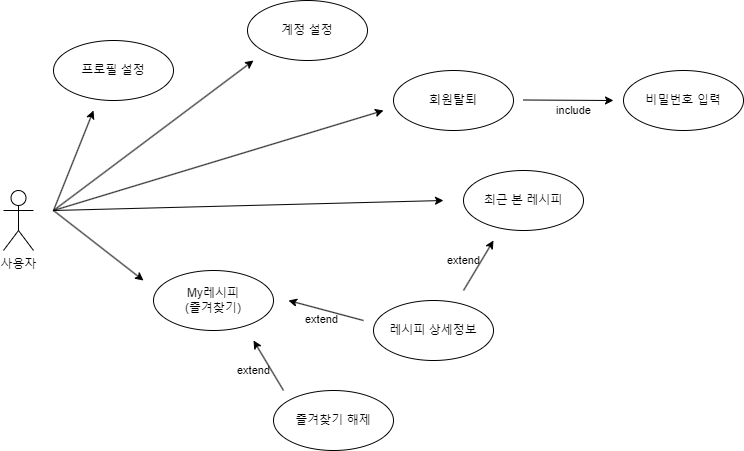
Yoon-jae-min/UsecaseDiagram keeps this draw.io diagram as 마이페이지-수정.png. Above is the earlier version. Source tidied: cells renumbered, new cells last; positions are measured from the earlier drawing's top-left corner, leaving out a move shared by most shapes.
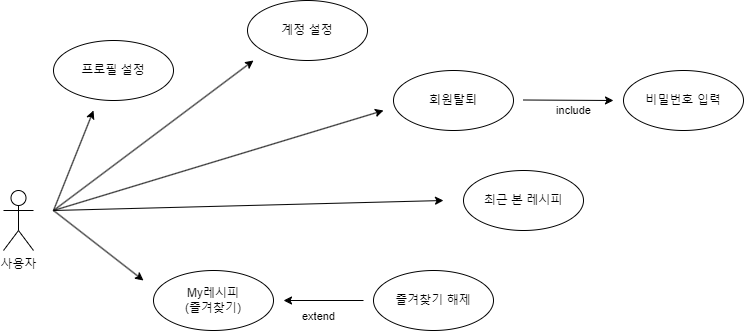
After the commit.

Commit message:
마이페이지-수정.png 업데이트

Diff of the diagram source:
```diff
@@ -41,25 +41,16 @@
         <mxPoint x="610" y="100" as="targetPoint" />
       </mxGeometry>
     </mxCell>
-    <mxCell id="11" value="레시피 상세정보" style="ellipse;whiteSpace=wrap;html=1;fillColor=none;" parent="1" vertex="1">
-      <mxGeometry x="370" y="300" width="120" height="60" as="geometry" />
-    </mxCell>
     <mxCell id="12" value="즐겨찾기 해제" style="ellipse;whiteSpace=wrap;html=1;fillColor=none;" parent="1" vertex="1">
-      <mxGeometry x="270" y="390" width="120" height="60" as="geometry" />
+      <mxGeometry x="370" y="270" width="120" height="60" as="geometry" />
     </mxCell>
     <mxCell id="13" value="extend" style="endArrow=classic;html=1;rounded=0;labelBackgroundColor=none;" parent="1" edge="1">
       <mxGeometry x="0.12" y="15" relative="1" as="geometry">
-        <mxPoint x="280" y="390" as="sourcePoint" />
-        <mxPoint x="250" y="340" as="targetPoint" />
+        <mxPoint x="360" y="300" as="sourcePoint" />
+        <mxPoint x="280" y="300" as="targetPoint" />
         <mxPoint y="1" as="offset" />
       </mxGeometry>
     </mxCell>
-    <mxCell id="14" value="extend" style="endArrow=classic;html=1;rounded=0;labelBackgroundColor=none;" parent="1" edge="1">
-      <mxGeometry x="0.07" y="10" relative="1" as="geometry">
-        <mxPoint x="360" y="320" as="sourcePoint" />
-        <mxPoint x="285" y="300" as="targetPoint" />
-      </mxGeometry>
-    </mxCell>
     <mxCell id="15" value="계정 설정" style="ellipse;whiteSpace=wrap;html=1;fillColor=none;" parent="1" vertex="1">
       <mxGeometry x="244" width="120" height="60" as="geometry" />
     </mxCell>
@@ -78,12 +69,5 @@
         <mxPoint x="440" y="200" as="targetPoint" />
       </mxGeometry>
     </mxCell>
-    <mxCell id="19" value="extend" style="endArrow=classic;html=1;rounded=0;labelBackgroundColor=none;" parent="1" edge="1">
-      <mxGeometry x="-0.12" y="15" relative="1" as="geometry">
-        <mxPoint x="460" y="290" as="sourcePoint" />
-        <mxPoint x="490" y="240" as="targetPoint" />
-        <mxPoint x="-1" as="offset" />
-      </mxGeometry>
-    </mxCell>
   </root>
 </mxGraphModel>
```
